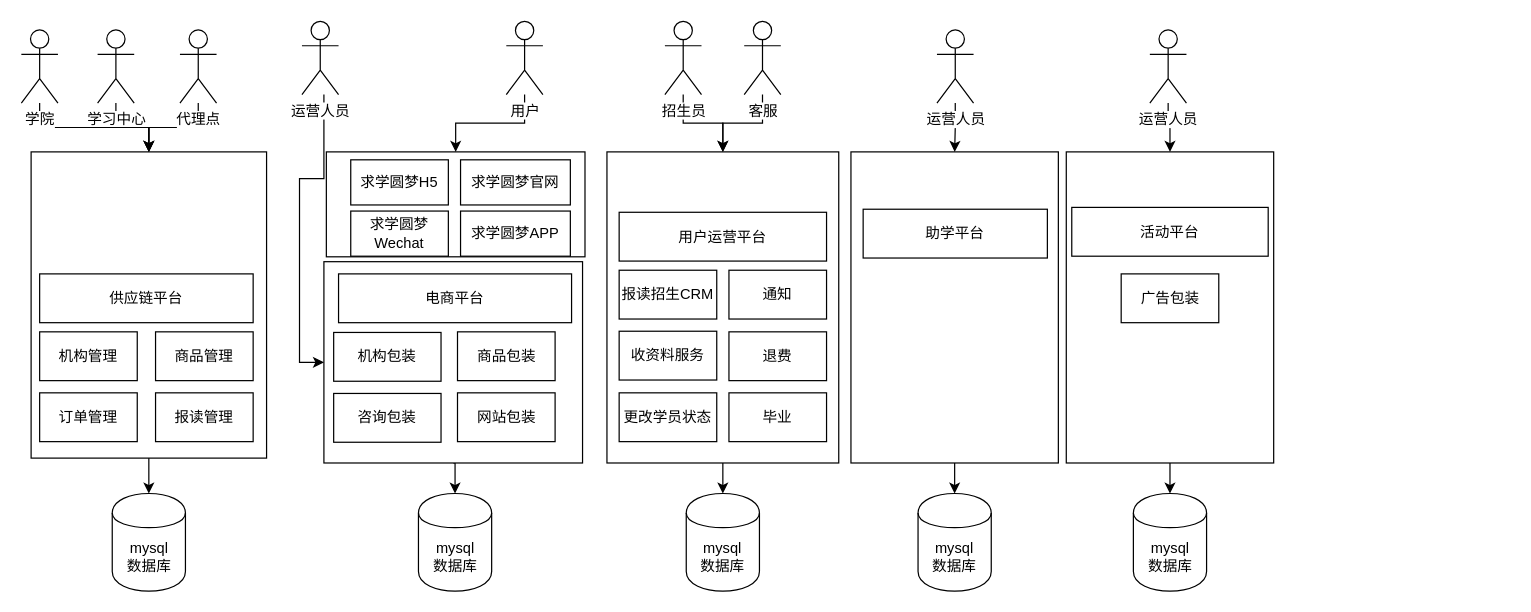
Above: page "Page-4" (4 of 4) of workeredu/求学圆梦项目流程.drawio in kinvensan/drawio (draw.io), before the change. Source tidied: cells renumbered, new cells numbered last; positions are measured from the earlier drawing's top-left corner, leaving out a move shared by most shapes. Both pictures are drawn from the tidied source at 122%, with x=0, y=0 at pixel (21, 21).
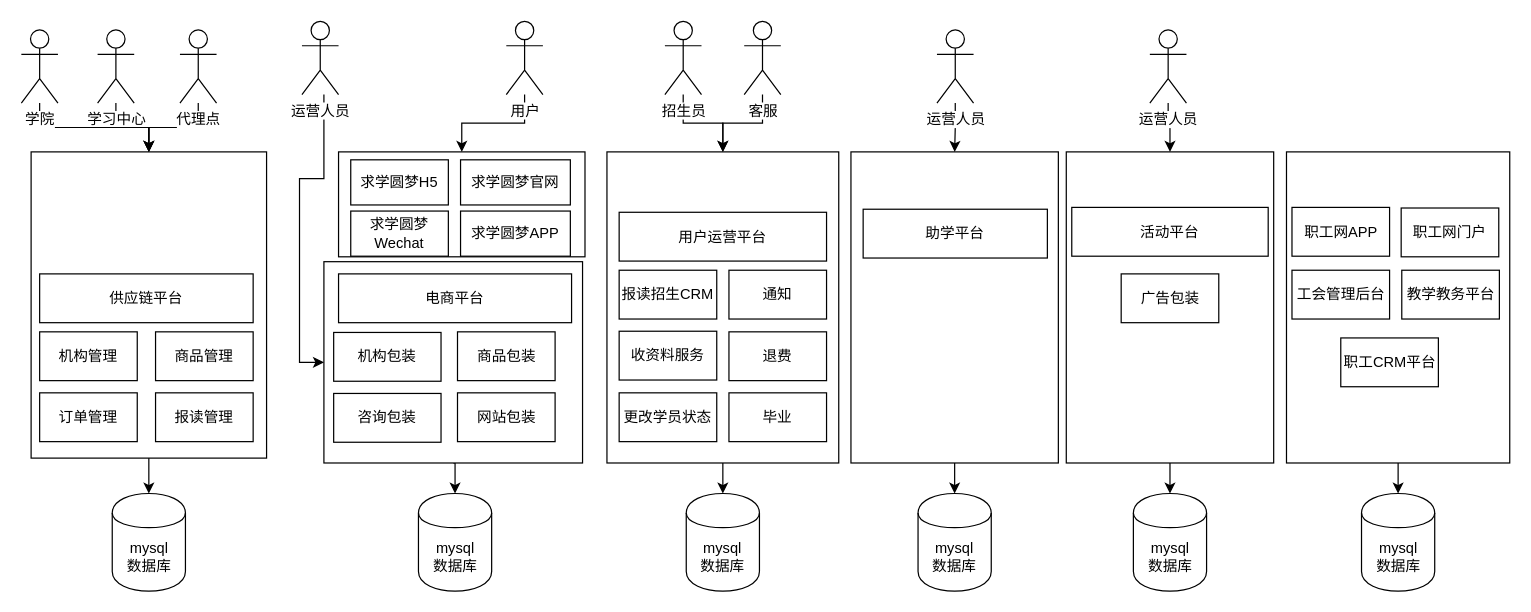
After the change.

Commit message:
Update 求学圆梦项目流程.drawio

Change to the diagram source:
```diff
@@
     <mxCell id="8" style="rounded=0;whiteSpace=wrap;html=1;fillColor=#FFFFFF;" parent="1" vertex="1">
-      <mxGeometry x="250" y="107" width="212" height="86" as="geometry" />
+      <mxGeometry x="260" y="107" width="202" height="86" as="geometry" />
     </mxCell>
@@
+    <mxCell id="60" style="edgeStyle=orthogonalEdgeStyle;rounded=0;jettySize=auto;html=1;entryX=0.5;entryY=0;entryDx=0;entryDy=0;" parent="1" edge="1" source="61" target="67">
+      <mxGeometry relative="1" as="geometry" />
+    </mxCell>
+    <mxCell id="61" style="rounded=0;whiteSpace=wrap;html=1;fillColor=#FFFFFF;" parent="1" vertex="1">
+      <mxGeometry x="1037" y="107" width="183" height="255" as="geometry" />
+    </mxCell>
+    <mxCell id="62" value="职工网APP" style="rounded=0;whiteSpace=wrap;html=1;fillColor=#FFFFFF;" parent="1" vertex="1">
+      <mxGeometry x="1041.5" y="152.5" width="80" height="40" as="geometry" />
+    </mxCell>
+    <mxCell id="63" value="职工网门户" style="rounded=0;whiteSpace=wrap;html=1;fillColor=#FFFFFF;" parent="1" vertex="1">
+      <mxGeometry x="1131" y="153" width="80" height="40" as="geometry" />
+    </mxCell>
+    <mxCell id="64" value="工会管理后台" style="rounded=0;whiteSpace=wrap;html=1;fillColor=#FFFFFF;" parent="1" vertex="1">
+      <mxGeometry x="1041.5" y="204" width="80" height="40" as="geometry" />
+    </mxCell>
+    <mxCell id="65" value="教学教务平台" style="rounded=0;whiteSpace=wrap;html=1;fillColor=#FFFFFF;" parent="1" vertex="1">
+      <mxGeometry x="1131.5" y="204" width="80" height="40" as="geometry" />
+    </mxCell>
+    <mxCell id="66" value="职工CRM平台" style="rounded=0;whiteSpace=wrap;html=1;fillColor=#FFFFFF;" parent="1" vertex="1">
+      <mxGeometry x="1081.5" y="259.5" width="80" height="40" as="geometry" />
+    </mxCell>
+    <mxCell id="67" value="mysql&lt;br&gt;数据库" style="shape=cylinder;whiteSpace=wrap;html=1;boundedLbl=1;backgroundOutline=1;fillColor=#FFFFFF;" parent="1" vertex="1">
+      <mxGeometry x="1098.5" y="387" width="60" height="80" as="geometry" />
+    </mxCell>
```
